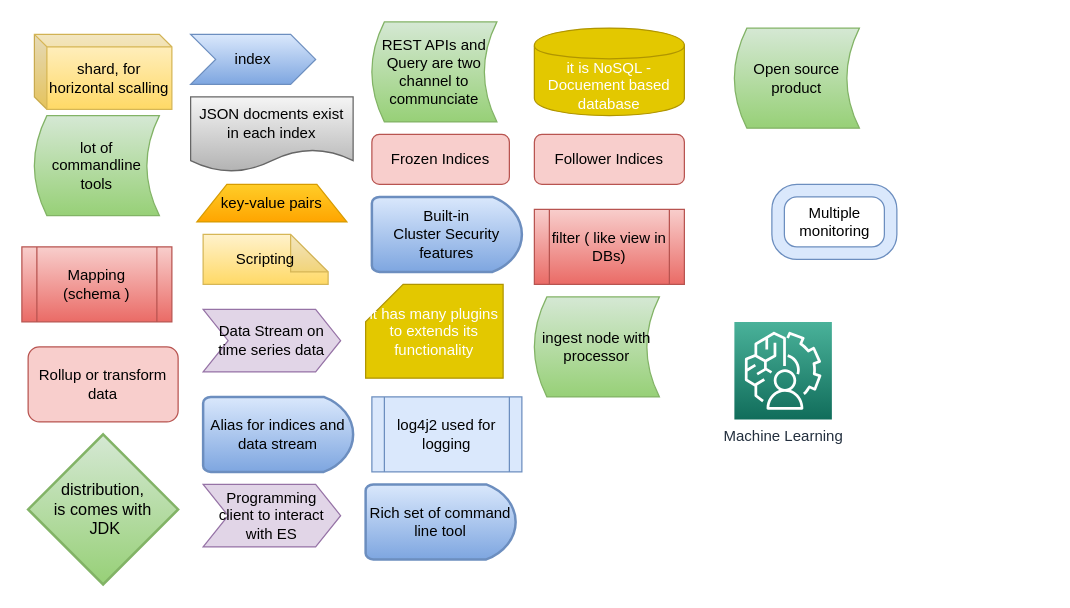
Before: page "ES-General" (1 of 10) of My Articles/elastic stack/Elastic Search Understanding.drawio in paramothers/books, a draw.io diagram. Source tidied: cells renumbered, new cells numbered last; positions are measured from the earlier drawing's top-left corner, leaving out a move shared by most shapes. Both pictures are drawn from the tidied source at 125%, with x=0, y=0 at pixel (21, 21).
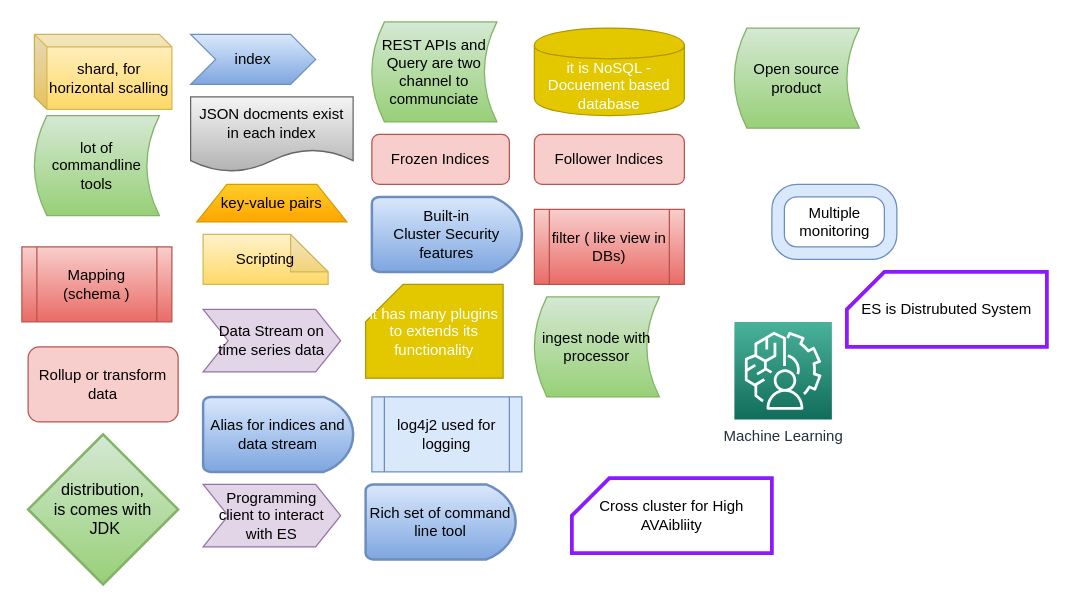
Above is the later version.

The edit, as a diff of the source:
```diff
@@
+    <mxCell id="28" value="Cross cluster for High AVAibliity" style="shape=card;whiteSpace=wrap;html=1;strokeColor=#8C19FF;strokeWidth=3;fillColor=none;" parent="1" vertex="1">
+      <mxGeometry x="440" y="365" width="160" height="60" as="geometry" />
+    </mxCell>
+    <mxCell id="29" value="ES is Distrubuted System" style="shape=card;whiteSpace=wrap;html=1;strokeColor=#8C19FF;strokeWidth=3;fillColor=none;" parent="1" vertex="1">
+      <mxGeometry x="660" y="200" width="160" height="60" as="geometry" />
+    </mxCell>
```
